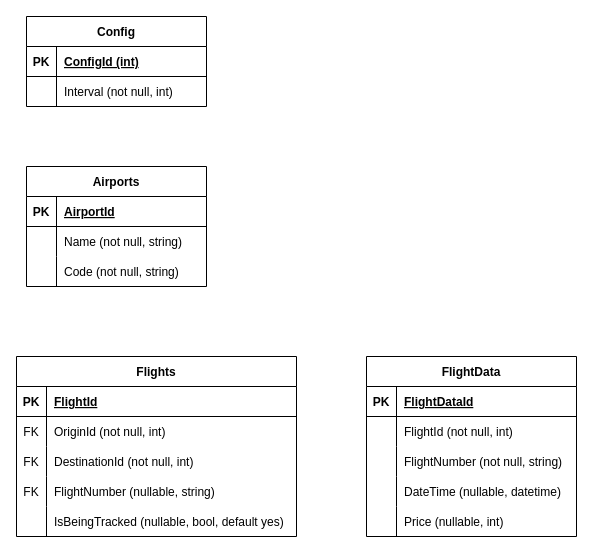
Earlier version of the draw.io diagram component-diagram.drawio (saufdermaur/GIBZ-M450-FlightStats). Source tidied: cells renumbered, new cells numbered last; positions are measured from the earlier drawing's top-left corner, leaving out a move shared by most shapes. Both pictures are drawn from the tidied source at 100%, with x=0, y=0 at pixel (16, 16).
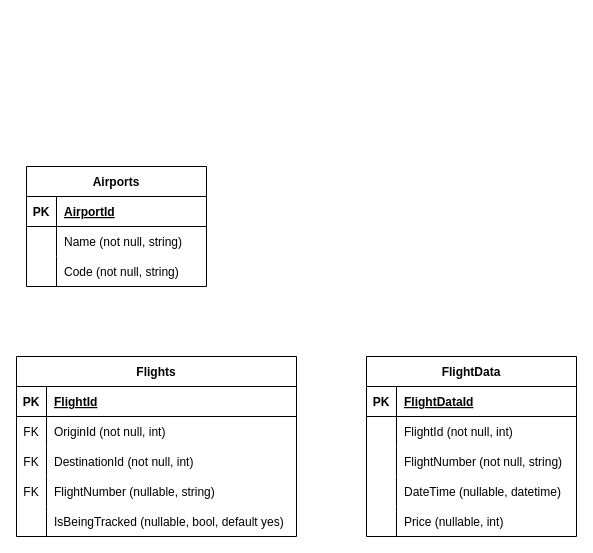
The same page after the edit.

What changed in the source:
```diff
@@
-    <mxCell id="28" value="Config" style="shape=table;startSize=30;childLayout=tableLayout;rowLines=0;fontStyle=1;align=center;" parent="1" vertex="1">
-      <mxGeometry x="10" width="180" height="90" as="geometry" />
-    </mxCell>
-    <mxCell id="29" style="shape=tableRow;horizontal=0;startSize=0;swimlaneHead=0;swimlaneBody=0;fillColor=none;top=0;left=0;right=0;bottom=1;" parent="28" vertex="1">
-      <mxGeometry y="30" width="180" height="30" as="geometry" />
-    </mxCell>
-    <mxCell id="30" value="PK" style="shape=partialRectangle;fillColor=none;top=0;left=0;bottom=0;right=0;fontStyle=1;overflow=hidden;" parent="29" vertex="1">
-      <mxGeometry width="30" height="30" as="geometry" />
-    </mxCell>
-    <mxCell id="31" value="ConfigId (int)" style="shape=partialRectangle;fillColor=none;top=0;left=0;bottom=0;right=0;align=left;spacingLeft=6;fontStyle=5;overflow=hidden;" parent="29" vertex="1">
-      <mxGeometry x="30" width="150" height="30" as="geometry" />
-    </mxCell>
-    <mxCell id="32" style="shape=tableRow;horizontal=0;startSize=0;swimlaneHead=0;swimlaneBody=0;fillColor=none;top=0;left=0;right=0;bottom=0;" parent="28" vertex="1">
-      <mxGeometry y="60" width="180" height="30" as="geometry" />
-    </mxCell>
-    <mxCell id="33" style="shape=partialRectangle;fillColor=none;top=0;left=0;bottom=0;right=0;overflow=hidden;" parent="32" vertex="1">
-      <mxGeometry width="30" height="30" as="geometry" />
-    </mxCell>
-    <mxCell id="34" value="Interval (not null, int)" style="shape=partialRectangle;fillColor=none;top=0;left=0;bottom=0;right=0;align=left;spacingLeft=6;overflow=hidden;" parent="32" vertex="1">
-      <mxGeometry x="30" width="150" height="30" as="geometry" />
-    </mxCell>
```
